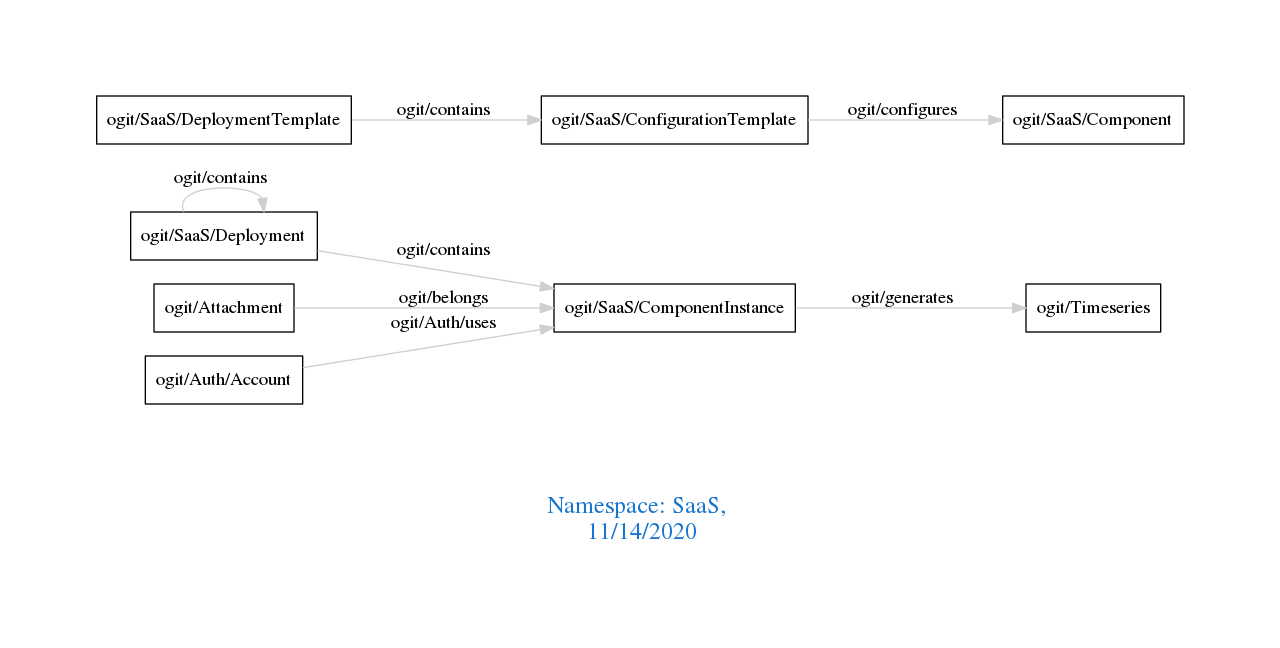
This is downloads/SaaS.png from arago/OGIT, a Graphviz export, as it was before one commit. Its source is kept beside it as downloads/SaaS.dot.
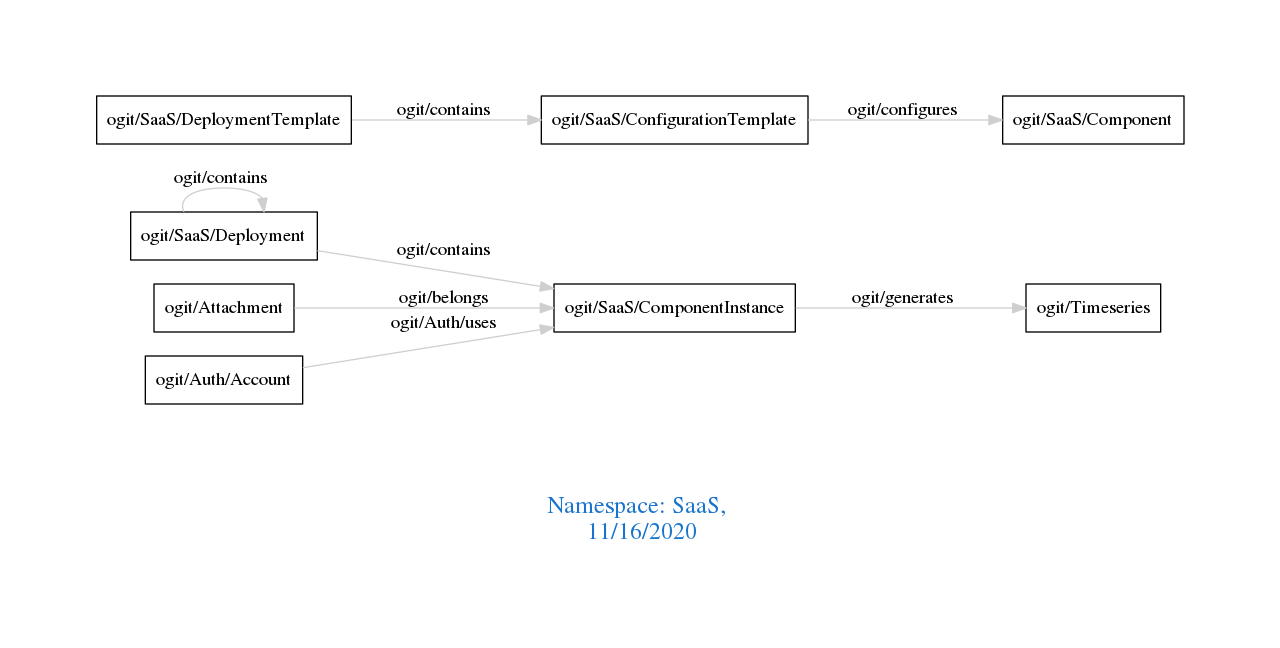
The same diagram one commit later.

What changed in the source:
```diff
@@ -1,7 +1,7 @@
 digraph OGIT_ontology {
  graph [ rankdir= LR,pad=1
 fontsize = 18,
-fontcolor= dodgerblue3,label = "\n\n\nNamespace: SaaS, \n 11/14/2020"];
+fontcolor= dodgerblue3,label = "\n\n\nNamespace: SaaS, \n 11/16/2020"];
 node[shape=polygon];
 edge [  color="gray81"];
 
```
